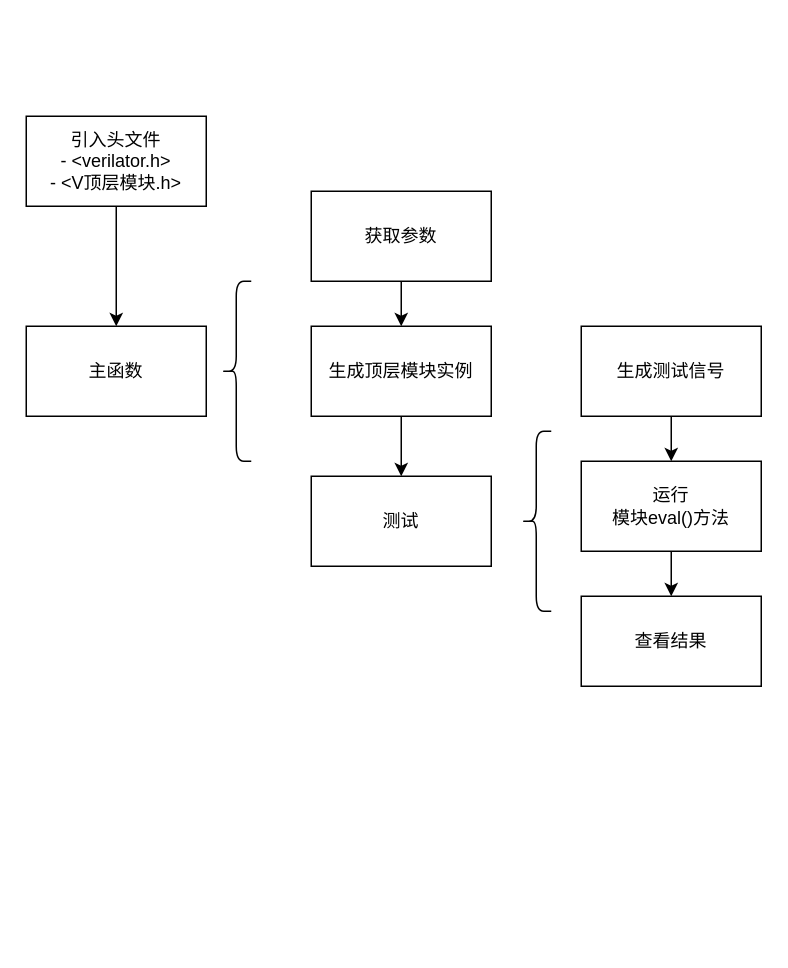
Above: Verilator.drawio in Devil-SX/draw-io (draw.io), before the change. Source tidied: cells renumbered, new cells numbered last; positions are measured from the earlier drawing's top-left corner, leaving out a move shared by most shapes. Both pictures are drawn from the tidied source at 150%, with x=0, y=0 at pixel (26, 116).
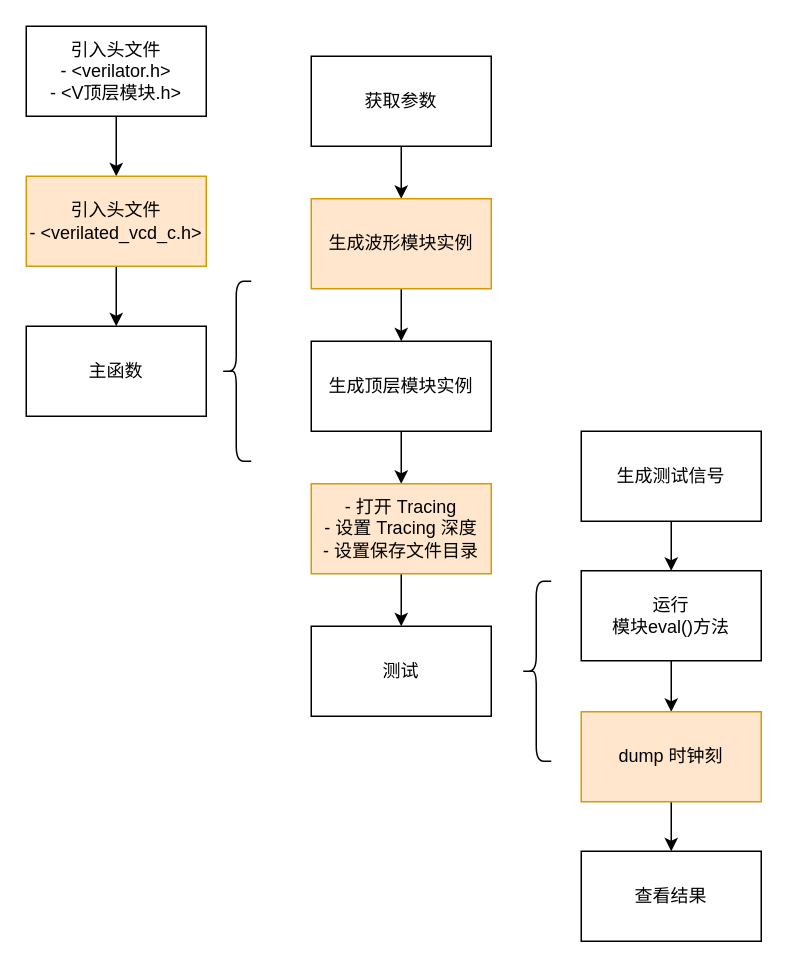
The same diagram, later.

Unchanged cells that the change refers to:
```xml
<mxCell id="4" value="主函数" style="rounded=0;whiteSpace=wrap;html=1;" parent="1" vertex="1">
  <mxGeometry y="140" width="120" height="60" as="geometry" />
</mxCell>
```

Diff of the diagram source:
```diff
@@
-    <mxCell id="2" style="edgeStyle=orthogonalEdgeStyle;rounded=0;jettySize=auto;html=1;" parent="1" edge="1" source="3" target="4">
-      <mxGeometry relative="1" as="geometry" />
-    </mxCell>
+    <mxCell id="17" style="edgeStyle=orthogonalEdgeStyle;rounded=0;jettySize=auto;html=1;entryX=0.5;entryY=0;entryDx=0;entryDy=0;" parent="1" edge="1" source="3" target="26">
+      <mxGeometry relative="1" as="geometry" />
+    </mxCell>
     <mxCell id="3" value="引入头文件&lt;br&gt;- &amp;lt;verilator.h&amp;gt;&lt;br&gt;- &amp;lt;V顶层模块.h&amp;gt;" style="rounded=0;whiteSpace=wrap;html=1;" parent="1" vertex="1">
-      <mxGeometry width="120" height="60" as="geometry" />
+      <mxGeometry y="-60" width="120" height="60" as="geometry" />
     </mxCell>
@@
-    <mxCell id="6" style="edgeStyle=orthogonalEdgeStyle;rounded=0;jettySize=auto;html=1;" parent="1" edge="1" source="7" target="9">
-      <mxGeometry relative="1" as="geometry" />
-    </mxCell>
+    <mxCell id="18" style="edgeStyle=orthogonalEdgeStyle;rounded=0;jettySize=auto;html=1;entryX=0.5;entryY=0;entryDx=0;entryDy=0;" parent="1" edge="1" source="7" target="22">
+      <mxGeometry relative="1" as="geometry" />
+    </mxCell>
     <mxCell id="7" value="获取参数" style="rounded=0;whiteSpace=wrap;html=1;" parent="1" vertex="1">
-      <mxGeometry x="190" y="50" width="120" height="60" as="geometry" />
+      <mxGeometry x="190" y="-40" width="120" height="60" as="geometry" />
     </mxCell>
-    <mxCell id="8" style="edgeStyle=orthogonalEdgeStyle;rounded=0;jettySize=auto;html=1;" parent="1" edge="1" source="9" target="10">
-      <mxGeometry relative="1" as="geometry" />
-    </mxCell>
+    <mxCell id="19" style="edgeStyle=orthogonalEdgeStyle;rounded=0;jettySize=auto;html=1;entryX=0.5;entryY=0;entryDx=0;entryDy=0;" parent="1" edge="1" source="9" target="24">
+      <mxGeometry relative="1" as="geometry" />
+    </mxCell>
     <mxCell id="9" value="生成顶层模块实例" style="whiteSpace=wrap;html=1;rounded=0;" parent="1" vertex="1">
-      <mxGeometry x="190" y="140" width="120" height="60" as="geometry" />
+      <mxGeometry x="190" y="150" width="120" height="60" as="geometry" />
     </mxCell>
     <mxCell id="10" value="测试" style="whiteSpace=wrap;html=1;rounded=0;" parent="1" vertex="1">
-      <mxGeometry x="190" y="240" width="120" height="60" as="geometry" />
+      <mxGeometry x="190" y="340" width="120" height="60" as="geometry" />
     </mxCell>
     <mxCell id="11" style="shape=curlyBracket;whiteSpace=wrap;html=1;rounded=1;labelPosition=left;verticalLabelPosition=middle;align=right;verticalAlign=middle;" parent="1" vertex="1">
-      <mxGeometry x="330" y="210" width="20" height="120" as="geometry" />
+      <mxGeometry x="330" y="310" width="20" height="120" as="geometry" />
     </mxCell>
@@
     <mxCell id="13" value="生成测试信号" style="rounded=0;whiteSpace=wrap;html=1;" parent="1" vertex="1">
-      <mxGeometry x="370" y="140" width="120" height="60" as="geometry" />
+      <mxGeometry x="370" y="210" width="120" height="60" as="geometry" />
     </mxCell>
-    <mxCell id="14" style="edgeStyle=orthogonalEdgeStyle;rounded=0;jettySize=auto;html=1;" parent="1" edge="1" source="15" target="16">
-      <mxGeometry relative="1" as="geometry" />
-    </mxCell>
+    <mxCell id="20" style="edgeStyle=orthogonalEdgeStyle;rounded=0;jettySize=auto;html=1;" parent="1" edge="1" source="15" target="28">
+      <mxGeometry relative="1" as="geometry" />
+    </mxCell>
     <mxCell id="15" value="运行&lt;br&gt;模块eval()方法" style="whiteSpace=wrap;html=1;rounded=0;" parent="1" vertex="1">
-      <mxGeometry x="370" y="230" width="120" height="60" as="geometry" />
+      <mxGeometry x="370" y="303" width="120" height="60" as="geometry" />
     </mxCell>
     <mxCell id="16" value="查看结果" style="whiteSpace=wrap;html=1;rounded=0;" parent="1" vertex="1">
-      <mxGeometry x="370" y="320" width="120" height="60" as="geometry" />
+      <mxGeometry x="370" y="490" width="120" height="60" as="geometry" />
     </mxCell>
+    <mxCell id="21" style="edgeStyle=orthogonalEdgeStyle;rounded=0;jettySize=auto;html=1;entryX=0.5;entryY=0;entryDx=0;entryDy=0;" parent="1" edge="1" source="22" target="9">
+      <mxGeometry relative="1" as="geometry" />
+    </mxCell>
+    <mxCell id="22" value="生成波形模块实例" style="whiteSpace=wrap;html=1;rounded=0;fillColor=#ffe6cc;strokeColor=#d79b00;" parent="1" vertex="1">
+      <mxGeometry x="190" y="55" width="120" height="60" as="geometry" />
+    </mxCell>
+    <mxCell id="23" style="edgeStyle=orthogonalEdgeStyle;rounded=0;jettySize=auto;html=1;entryX=0.5;entryY=0;entryDx=0;entryDy=0;" parent="1" edge="1" source="24" target="10">
+      <mxGeometry relative="1" as="geometry" />
+    </mxCell>
+    <mxCell id="24" value="- 打开 Tracing&lt;br&gt;- 设置 Tracing 深度&lt;br&gt;- 设置保存文件目录" style="whiteSpace=wrap;html=1;rounded=0;fillColor=#ffe6cc;strokeColor=#d79b00;" parent="1" vertex="1">
+      <mxGeometry x="190" y="245" width="120" height="60" as="geometry" />
+    </mxCell>
+    <mxCell id="25" style="edgeStyle=orthogonalEdgeStyle;rounded=0;jettySize=auto;html=1;entryX=0.5;entryY=0;entryDx=0;entryDy=0;" parent="1" edge="1" source="26" target="4">
+      <mxGeometry relative="1" as="geometry" />
+    </mxCell>
+    <mxCell id="26" value="引入头文件&lt;br&gt;- &amp;lt;verilated_vcd_c.h&amp;gt;" style="rounded=0;whiteSpace=wrap;html=1;fillColor=#ffe6cc;strokeColor=#d79b00;" parent="1" vertex="1">
+      <mxGeometry y="40" width="120" height="60" as="geometry" />
+    </mxCell>
+    <mxCell id="27" style="edgeStyle=orthogonalEdgeStyle;rounded=0;jettySize=auto;html=1;entryX=0.5;entryY=0;entryDx=0;entryDy=0;" parent="1" edge="1" source="28" target="16">
+      <mxGeometry relative="1" as="geometry" />
+    </mxCell>
+    <mxCell id="28" value="dump 时钟刻" style="whiteSpace=wrap;html=1;rounded=0;fillColor=#ffe6cc;strokeColor=#d79b00;" parent="1" vertex="1">
+      <mxGeometry x="370" y="397" width="120" height="60" as="geometry" />
+    </mxCell>
```
